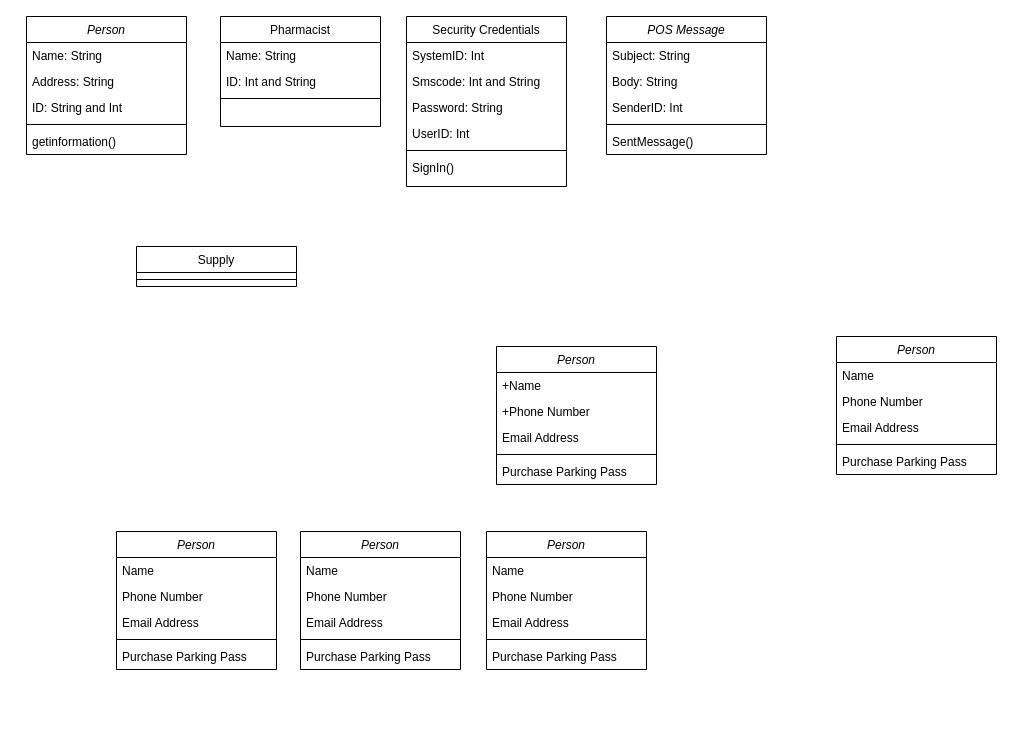
Earlier version of the draw.io diagram classdiagram.drawio (forthegame/ANU2024). Source tidied: cells renumbered, new cells numbered last; positions are measured from the earlier drawing's top-left corner, leaving out a move shared by most shapes. Both pictures are drawn from the tidied source at 100%, with x=0, y=0 at pixel (26, 16).
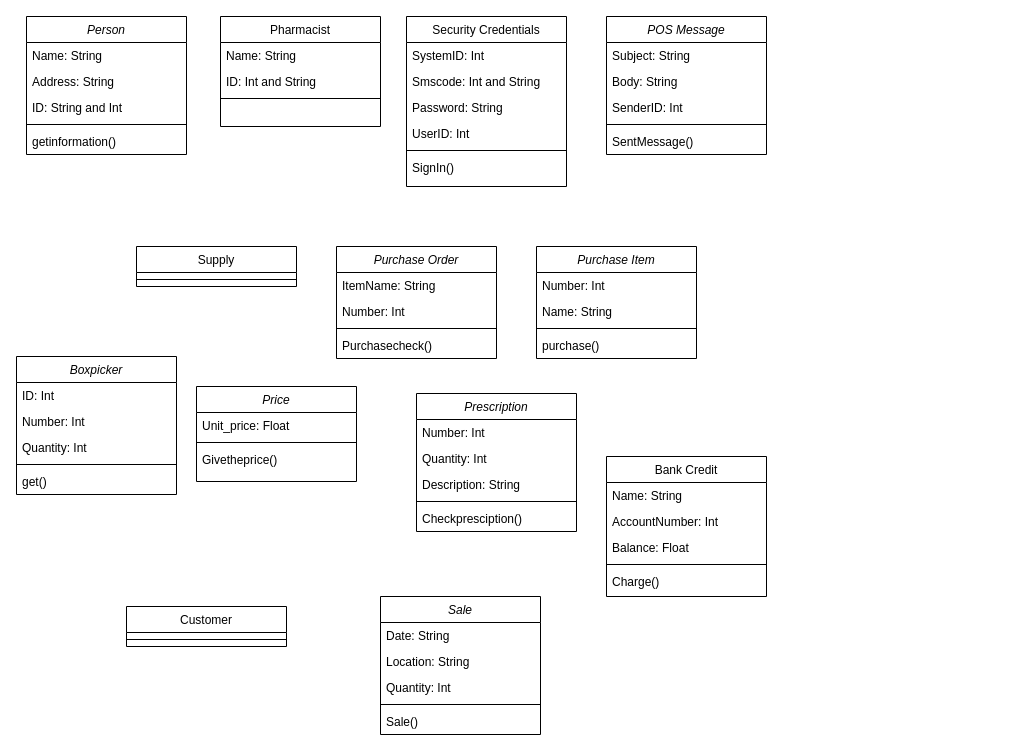
Above is the later version.

Diff of the diagram source:
```diff
@@
-    <mxCell id="21" value="Person" style="swimlane;fontStyle=2;align=center;verticalAlign=top;horizontal=1;startSize=26;rounded=0;shadow=0;strokeWidth=1;" parent="1" vertex="1">
-      <mxGeometry x="470" y="330" width="160" height="138" as="geometry" />
+    <mxCell id="21" value="Purchase Order" style="swimlane;fontStyle=2;align=center;verticalAlign=top;horizontal=1;startSize=26;rounded=0;shadow=0;strokeWidth=1;" parent="1" vertex="1">
+      <mxGeometry x="310" y="230" width="160" height="112" as="geometry" />
     </mxCell>
-    <mxCell id="22" value="+Name" style="text;align=left;verticalAlign=top;spacingLeft=4;spacingRight=4;overflow=hidden;" parent="21" vertex="1">
+    <mxCell id="22" value="ItemName: String" style="text;align=left;verticalAlign=top;spacingLeft=4;spacingRight=4;overflow=hidden;" parent="21" vertex="1">
       <mxGeometry y="26" width="160" height="26" as="geometry" />
     </mxCell>
-    <mxCell id="23" value="+Phone Number&#10;" style="text;align=left;verticalAlign=top;spacingLeft=4;spacingRight=4;overflow=hidden;rounded=0;shadow=0;html=0;" parent="21" vertex="1">
+    <mxCell id="23" value="Number: Int" style="text;align=left;verticalAlign=top;spacingLeft=4;spacingRight=4;overflow=hidden;rounded=0;shadow=0;html=0;" parent="21" vertex="1">
       <mxGeometry y="52" width="160" height="26" as="geometry" />
     </mxCell>
-    <mxCell id="24" value="Email Address" style="text;align=left;verticalAlign=top;spacingLeft=4;spacingRight=4;overflow=hidden;rounded=0;shadow=0;html=0;" parent="21" vertex="1">
-      <mxGeometry y="78" width="160" height="26" as="geometry" />
-    </mxCell>
     <mxCell id="25" style="line;html=1;strokeWidth=1;align=left;verticalAlign=middle;spacingTop=-1;spacingLeft=3;spacingRight=3;labelPosition=right;" parent="21" vertex="1">
-      <mxGeometry y="104" width="160" height="8" as="geometry" />
+      <mxGeometry y="78" width="160" height="8" as="geometry" />
     </mxCell>
-    <mxCell id="26" value="Purchase Parking Pass" style="text;align=left;verticalAlign=top;spacingLeft=4;spacingRight=4;overflow=hidden;" parent="21" vertex="1">
-      <mxGeometry y="112" width="160" height="26" as="geometry" />
+    <mxCell id="26" value="Purchasecheck()" style="text;align=left;verticalAlign=top;spacingLeft=4;spacingRight=4;overflow=hidden;" parent="21" vertex="1">
+      <mxGeometry y="86" width="160" height="26" as="geometry" />
     </mxCell>
-    <mxCell id="27" value="Person" style="swimlane;fontStyle=2;align=center;verticalAlign=top;horizontal=1;startSize=26;rounded=0;shadow=0;strokeWidth=1;" parent="1" vertex="1">
-      <mxGeometry x="90" y="515" width="160" height="138" as="geometry" />
+    <mxCell id="27" value="Boxpicker" style="swimlane;fontStyle=2;align=center;verticalAlign=top;horizontal=1;startSize=26;rounded=0;shadow=0;strokeWidth=1;" parent="1" vertex="1">
+      <mxGeometry x="-10" y="340" width="160" height="138" as="geometry" />
     </mxCell>
-    <mxCell id="28" value="Name" style="text;align=left;verticalAlign=top;spacingLeft=4;spacingRight=4;overflow=hidden;" parent="27" vertex="1">
+    <mxCell id="28" value="ID: Int" style="text;align=left;verticalAlign=top;spacingLeft=4;spacingRight=4;overflow=hidden;" parent="27" vertex="1">
       <mxGeometry y="26" width="160" height="26" as="geometry" />
     </mxCell>
-    <mxCell id="29" value="Phone Number&#10;" style="text;align=left;verticalAlign=top;spacingLeft=4;spacingRight=4;overflow=hidden;rounded=0;shadow=0;html=0;" parent="27" vertex="1">
+    <mxCell id="29" value="Number: Int" style="text;align=left;verticalAlign=top;spacingLeft=4;spacingRight=4;overflow=hidden;rounded=0;shadow=0;html=0;" parent="27" vertex="1">
       <mxGeometry y="52" width="160" height="26" as="geometry" />
     </mxCell>
-    <mxCell id="30" value="Email Address" style="text;align=left;verticalAlign=top;spacingLeft=4;spacingRight=4;overflow=hidden;rounded=0;shadow=0;html=0;" parent="27" vertex="1">
+    <mxCell id="30" value="Quantity: Int" style="text;align=left;verticalAlign=top;spacingLeft=4;spacingRight=4;overflow=hidden;rounded=0;shadow=0;html=0;" parent="27" vertex="1">
       <mxGeometry y="78" width="160" height="26" as="geometry" />
     </mxCell>
@@
-    <mxCell id="32" value="Purchase Parking Pass" style="text;align=left;verticalAlign=top;spacingLeft=4;spacingRight=4;overflow=hidden;" parent="27" vertex="1">
+    <mxCell id="32" value="get()" style="text;align=left;verticalAlign=top;spacingLeft=4;spacingRight=4;overflow=hidden;" parent="27" vertex="1">
       <mxGeometry y="112" width="160" height="26" as="geometry" />
     </mxCell>
-    <mxCell id="33" value="Person" style="swimlane;fontStyle=2;align=center;verticalAlign=top;horizontal=1;startSize=26;rounded=0;shadow=0;strokeWidth=1;" parent="1" vertex="1">
-      <mxGeometry x="274" y="515" width="160" height="138" as="geometry" />
+    <mxCell id="33" value="Price" style="swimlane;fontStyle=2;align=center;verticalAlign=top;horizontal=1;startSize=26;rounded=0;shadow=0;strokeWidth=1;" parent="1" vertex="1">
+      <mxGeometry x="170" y="370" width="160" height="95" as="geometry" />
     </mxCell>
-    <mxCell id="34" value="Name" style="text;align=left;verticalAlign=top;spacingLeft=4;spacingRight=4;overflow=hidden;" parent="33" vertex="1">
+    <mxCell id="34" value="Unit_price: Float" style="text;align=left;verticalAlign=top;spacingLeft=4;spacingRight=4;overflow=hidden;" parent="33" vertex="1">
       <mxGeometry y="26" width="160" height="26" as="geometry" />
     </mxCell>
-    <mxCell id="35" value="Phone Number&#10;" style="text;align=left;verticalAlign=top;spacingLeft=4;spacingRight=4;overflow=hidden;rounded=0;shadow=0;html=0;" parent="33" vertex="1">
-      <mxGeometry y="52" width="160" height="26" as="geometry" />
-    </mxCell>
-    <mxCell id="36" value="Email Address" style="text;align=left;verticalAlign=top;spacingLeft=4;spacingRight=4;overflow=hidden;rounded=0;shadow=0;html=0;" parent="33" vertex="1">
-      <mxGeometry y="78" width="160" height="26" as="geometry" />
-    </mxCell>
     <mxCell id="37" style="line;html=1;strokeWidth=1;align=left;verticalAlign=middle;spacingTop=-1;spacingLeft=3;spacingRight=3;labelPosition=right;" parent="33" vertex="1">
-      <mxGeometry y="104" width="160" height="8" as="geometry" />
+      <mxGeometry y="52" width="160" height="8" as="geometry" />
     </mxCell>
-    <mxCell id="38" value="Purchase Parking Pass" style="text;align=left;verticalAlign=top;spacingLeft=4;spacingRight=4;overflow=hidden;" parent="33" vertex="1">
-      <mxGeometry y="112" width="160" height="26" as="geometry" />
+    <mxCell id="38" value="Givetheprice()" style="text;align=left;verticalAlign=top;spacingLeft=4;spacingRight=4;overflow=hidden;" parent="33" vertex="1">
+      <mxGeometry y="60" width="160" height="26" as="geometry" />
     </mxCell>
-    <mxCell id="39" value="Person" style="swimlane;fontStyle=2;align=center;verticalAlign=top;horizontal=1;startSize=26;rounded=0;shadow=0;strokeWidth=1;" parent="1" vertex="1">
-      <mxGeometry x="460" y="515" width="160" height="138" as="geometry" />
+    <mxCell id="39" value="Prescription" style="swimlane;fontStyle=2;align=center;verticalAlign=top;horizontal=1;startSize=26;rounded=0;shadow=0;strokeWidth=1;" parent="1" vertex="1">
+      <mxGeometry x="390" y="377" width="160" height="138" as="geometry" />
     </mxCell>
-    <mxCell id="40" value="Name" style="text;align=left;verticalAlign=top;spacingLeft=4;spacingRight=4;overflow=hidden;" parent="39" vertex="1">
+    <mxCell id="40" value="Number: Int" style="text;align=left;verticalAlign=top;spacingLeft=4;spacingRight=4;overflow=hidden;" parent="39" vertex="1">
       <mxGeometry y="26" width="160" height="26" as="geometry" />
     </mxCell>
-    <mxCell id="41" value="Phone Number&#10;" style="text;align=left;verticalAlign=top;spacingLeft=4;spacingRight=4;overflow=hidden;rounded=0;shadow=0;html=0;" parent="39" vertex="1">
+    <mxCell id="41" value="Quantity: Int" style="text;align=left;verticalAlign=top;spacingLeft=4;spacingRight=4;overflow=hidden;rounded=0;shadow=0;html=0;" parent="39" vertex="1">
       <mxGeometry y="52" width="160" height="26" as="geometry" />
     </mxCell>
-    <mxCell id="42" value="Email Address" style="text;align=left;verticalAlign=top;spacingLeft=4;spacingRight=4;overflow=hidden;rounded=0;shadow=0;html=0;" parent="39" vertex="1">
+    <mxCell id="42" value="Description: String" style="text;align=left;verticalAlign=top;spacingLeft=4;spacingRight=4;overflow=hidden;rounded=0;shadow=0;html=0;" parent="39" vertex="1">
       <mxGeometry y="78" width="160" height="26" as="geometry" />
     </mxCell>
@@
-    <mxCell id="44" value="Purchase Parking Pass" style="text;align=left;verticalAlign=top;spacingLeft=4;spacingRight=4;overflow=hidden;" parent="39" vertex="1">
+    <mxCell id="44" value="Checkpresciption()" style="text;align=left;verticalAlign=top;spacingLeft=4;spacingRight=4;overflow=hidden;" parent="39" vertex="1">
       <mxGeometry y="112" width="160" height="26" as="geometry" />
     </mxCell>
@@
-    <mxCell id="51" value="Person" style="swimlane;fontStyle=2;align=center;verticalAlign=top;horizontal=1;startSize=26;rounded=0;shadow=0;strokeWidth=1;" parent="1" vertex="1">
-      <mxGeometry x="810" y="320" width="160" height="138" as="geometry" />
+    <mxCell id="51" value="Purchase Item" style="swimlane;fontStyle=2;align=center;verticalAlign=top;horizontal=1;startSize=26;rounded=0;shadow=0;strokeWidth=1;" parent="1" vertex="1">
+      <mxGeometry x="510" y="230" width="160" height="112" as="geometry" />
     </mxCell>
-    <mxCell id="52" value="Name" style="text;align=left;verticalAlign=top;spacingLeft=4;spacingRight=4;overflow=hidden;" parent="51" vertex="1">
+    <mxCell id="52" value="Number: Int" style="text;align=left;verticalAlign=top;spacingLeft=4;spacingRight=4;overflow=hidden;" parent="51" vertex="1">
       <mxGeometry y="26" width="160" height="26" as="geometry" />
     </mxCell>
-    <mxCell id="53" value="Phone Number&#10;" style="text;align=left;verticalAlign=top;spacingLeft=4;spacingRight=4;overflow=hidden;rounded=0;shadow=0;html=0;" parent="51" vertex="1">
+    <mxCell id="53" value="Name: String" style="text;align=left;verticalAlign=top;spacingLeft=4;spacingRight=4;overflow=hidden;rounded=0;shadow=0;html=0;" parent="51" vertex="1">
       <mxGeometry y="52" width="160" height="26" as="geometry" />
     </mxCell>
-    <mxCell id="54" value="Email Address" style="text;align=left;verticalAlign=top;spacingLeft=4;spacingRight=4;overflow=hidden;rounded=0;shadow=0;html=0;" parent="51" vertex="1">
-      <mxGeometry y="78" width="160" height="26" as="geometry" />
-    </mxCell>
     <mxCell id="55" style="line;html=1;strokeWidth=1;align=left;verticalAlign=middle;spacingTop=-1;spacingLeft=3;spacingRight=3;labelPosition=right;" parent="51" vertex="1">
-      <mxGeometry y="104" width="160" height="8" as="geometry" />
+      <mxGeometry y="78" width="160" height="8" as="geometry" />
     </mxCell>
-    <mxCell id="56" value="Purchase Parking Pass" style="text;align=left;verticalAlign=top;spacingLeft=4;spacingRight=4;overflow=hidden;" parent="51" vertex="1">
-      <mxGeometry y="112" width="160" height="26" as="geometry" />
+    <mxCell id="56" value="purchase()" style="text;align=left;verticalAlign=top;spacingLeft=4;spacingRight=4;overflow=hidden;" parent="51" vertex="1">
+      <mxGeometry y="86" width="160" height="26" as="geometry" />
     </mxCell>
+    <mxCell id="57" value="Customer" style="swimlane;fontStyle=0;align=center;verticalAlign=top;horizontal=1;startSize=26;rounded=0;shadow=0;strokeWidth=1;" parent="1" vertex="1">
+      <mxGeometry x="100" y="590" width="160" height="40" as="geometry" />
+    </mxCell>
+    <mxCell id="58" style="line;html=1;strokeWidth=1;align=left;verticalAlign=middle;spacingTop=-1;spacingLeft=3;spacingRight=3;labelPosition=right;" parent="57" vertex="1">
+      <mxGeometry y="26" width="160" height="14" as="geometry" />
+    </mxCell>
+    <mxCell id="59" value="Sale" style="swimlane;fontStyle=2;align=center;verticalAlign=top;horizontal=1;startSize=26;rounded=0;shadow=0;strokeWidth=1;" parent="1" vertex="1">
+      <mxGeometry x="354" y="580" width="160" height="138" as="geometry" />
+    </mxCell>
+    <mxCell id="60" value="Date: String" style="text;align=left;verticalAlign=top;spacingLeft=4;spacingRight=4;overflow=hidden;" parent="59" vertex="1">
+      <mxGeometry y="26" width="160" height="26" as="geometry" />
+    </mxCell>
+    <mxCell id="61" value="Location: String" style="text;align=left;verticalAlign=top;spacingLeft=4;spacingRight=4;overflow=hidden;rounded=0;shadow=0;html=0;" parent="59" vertex="1">
+      <mxGeometry y="52" width="160" height="26" as="geometry" />
+    </mxCell>
+    <mxCell id="62" value="Quantity: Int" style="text;align=left;verticalAlign=top;spacingLeft=4;spacingRight=4;overflow=hidden;rounded=0;shadow=0;html=0;" parent="59" vertex="1">
+      <mxGeometry y="78" width="160" height="26" as="geometry" />
+    </mxCell>
+    <mxCell id="63" style="line;html=1;strokeWidth=1;align=left;verticalAlign=middle;spacingTop=-1;spacingLeft=3;spacingRight=3;labelPosition=right;" parent="59" vertex="1">
+      <mxGeometry y="104" width="160" height="8" as="geometry" />
+    </mxCell>
+    <mxCell id="64" value="Sale()" style="text;align=left;verticalAlign=top;spacingLeft=4;spacingRight=4;overflow=hidden;" parent="59" vertex="1">
+      <mxGeometry y="112" width="160" height="26" as="geometry" />
+    </mxCell>
+    <mxCell id="65" value="Bank Credit" style="swimlane;fontStyle=0;align=center;verticalAlign=top;horizontal=1;startSize=26;rounded=0;shadow=0;strokeWidth=1;" parent="1" vertex="1">
+      <mxGeometry x="580" y="440" width="160" height="140" as="geometry" />
+    </mxCell>
+    <mxCell id="66" value="Name: String" style="text;align=left;verticalAlign=top;spacingLeft=4;spacingRight=4;overflow=hidden;" parent="65" vertex="1">
+      <mxGeometry y="26" width="160" height="26" as="geometry" />
+    </mxCell>
+    <mxCell id="67" value="AccountNumber: Int" style="text;align=left;verticalAlign=top;spacingLeft=4;spacingRight=4;overflow=hidden;rounded=0;shadow=0;html=0;" parent="65" vertex="1">
+      <mxGeometry y="52" width="160" height="26" as="geometry" />
+    </mxCell>
+    <mxCell id="68" value="Balance: Float" style="text;align=left;verticalAlign=top;spacingLeft=4;spacingRight=4;overflow=hidden;rounded=0;shadow=0;html=0;" parent="65" vertex="1">
+      <mxGeometry y="78" width="160" height="26" as="geometry" />
+    </mxCell>
+    <mxCell id="69" style="line;html=1;strokeWidth=1;align=left;verticalAlign=middle;spacingTop=-1;spacingLeft=3;spacingRight=3;labelPosition=right;" parent="65" vertex="1">
+      <mxGeometry y="104" width="160" height="8" as="geometry" />
+    </mxCell>
+    <mxCell id="70" value="Charge()" style="text;align=left;verticalAlign=top;spacingLeft=4;spacingRight=4;overflow=hidden;" parent="65" vertex="1">
+      <mxGeometry y="112" width="160" height="26" as="geometry" />
+    </mxCell>
```
